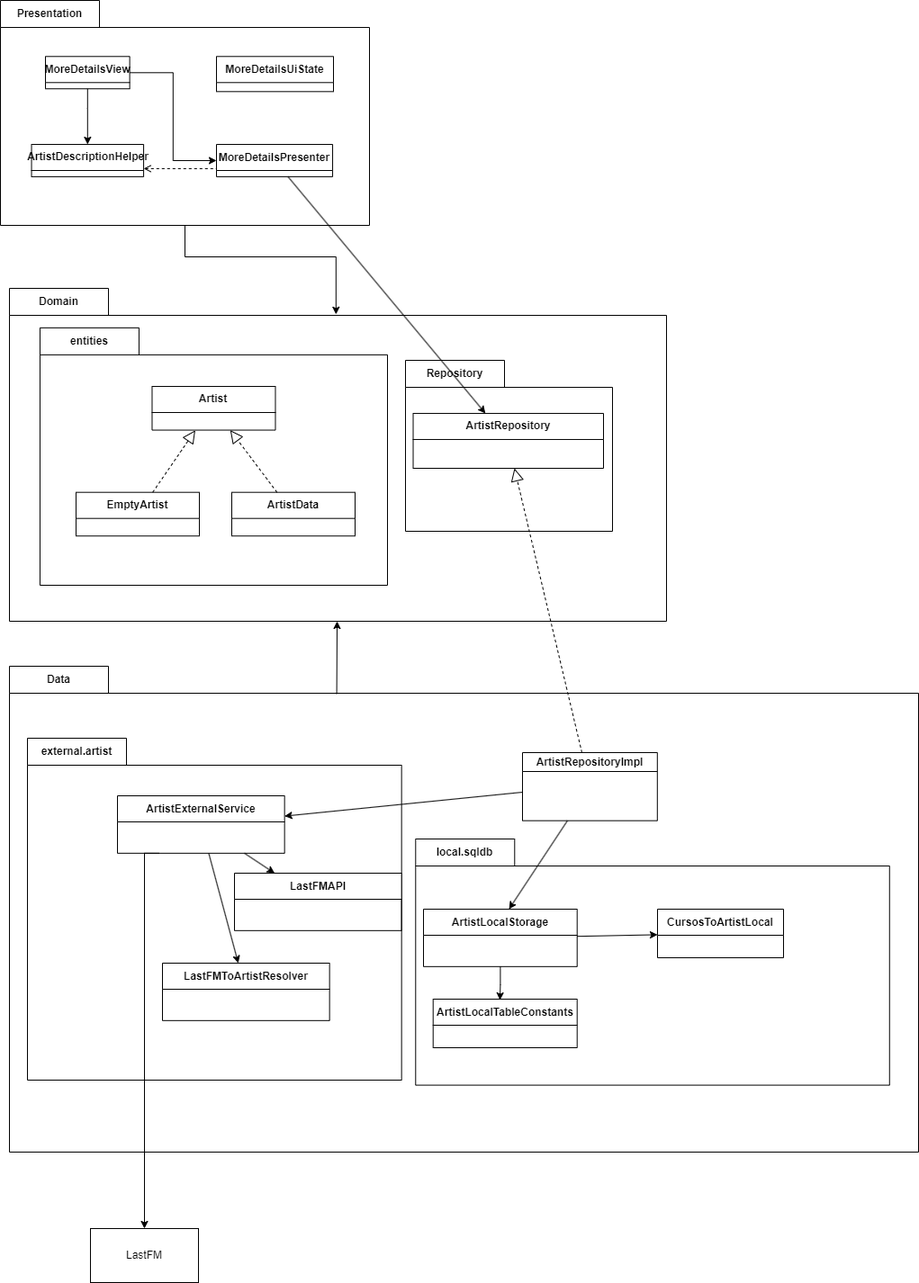
The draw.io diagram docs/MVP-DiagramClass.png in elagarrigue/AyDS23-Lisboa5, before a commit. Source tidied: cells renumbered, new cells last; positions are measured from the earlier drawing's top-left corner, leaving out a move shared by most shapes.
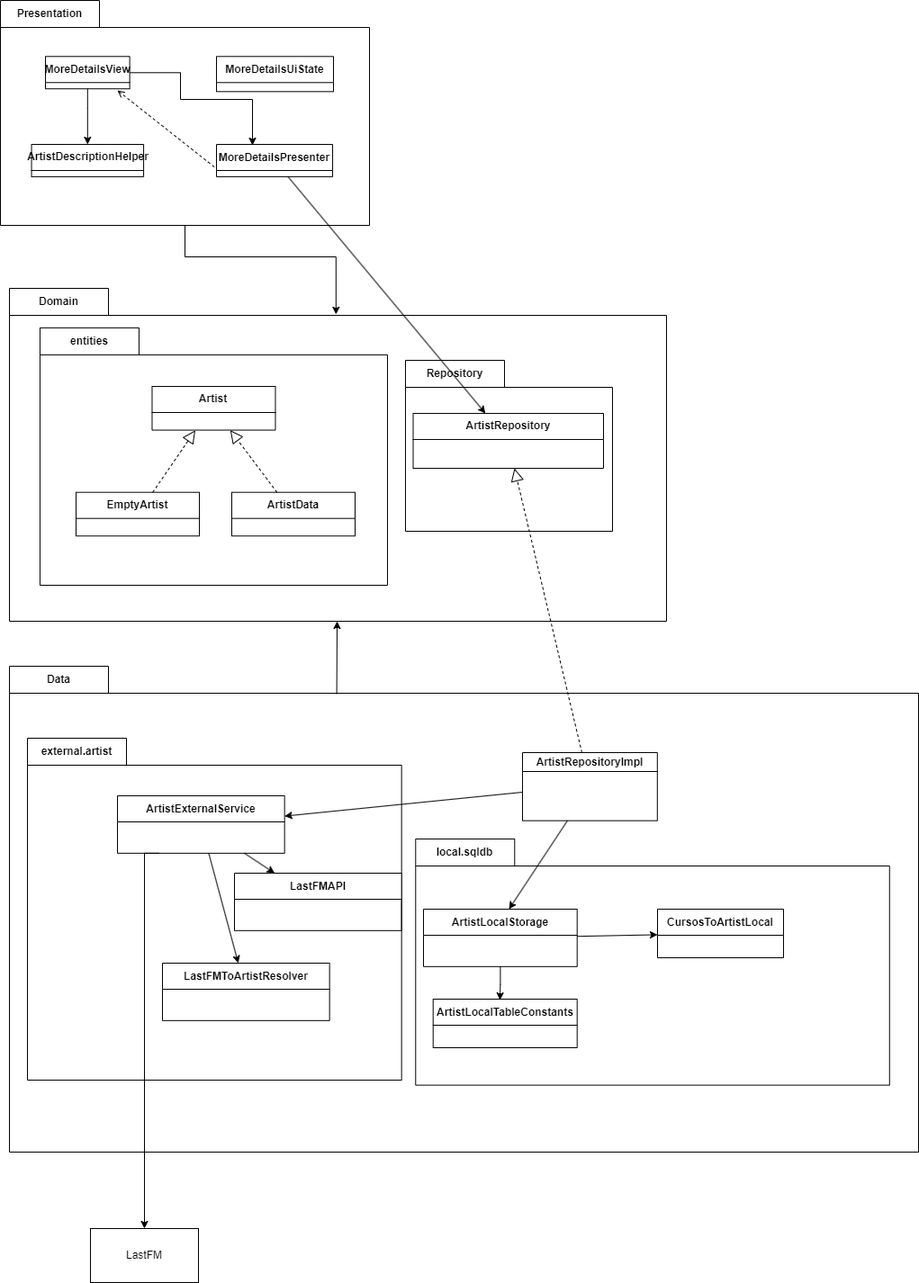
After the commit.

Commit message:
Diagram class updated

Change to the diagram source:
```diff
@@ -77,8 +77,14 @@
     <mxCell id="24" value="ArtistDescriptionHelper" style="swimlane;fontStyle=1;align=center;verticalAlign=middle;horizontal=1;startSize=29;html=1;whiteSpace=wrap;" parent="20" vertex="1">
       <mxGeometry x="34.5" y="160" width="124.5" height="35.9" as="geometry" />
     </mxCell>
-    <mxCell id="25" style="edgeStyle=orthogonalEdgeStyle;rounded=0;jettySize=auto;html=1;entryX=0;entryY=0.5;entryDx=0;entryDy=0;" parent="20" edge="1" source="27" target="23">
-      <mxGeometry relative="1" as="geometry" />
+    <mxCell id="25" style="edgeStyle=orthogonalEdgeStyle;rounded=0;jettySize=auto;html=1;entryX=0.31;entryY=0.028;entryDx=0;entryDy=0;entryPerimeter=0;" parent="20" edge="1" source="27" target="23">
+      <mxGeometry relative="1" as="geometry">
+        <Array as="points">
+          <mxPoint x="200" y="80" />
+          <mxPoint x="200" y="110" />
+          <mxPoint x="280" y="110" />
+        </Array>
+      </mxGeometry>
     </mxCell>
     <mxCell id="26" style="edgeStyle=orthogonalEdgeStyle;rounded=0;jettySize=auto;html=1;" parent="20" edge="1" source="27" target="24">
       <mxGeometry relative="1" as="geometry">
@@ -91,8 +97,10 @@
     <mxCell id="27" value="MoreDetailsView" style="swimlane;fontStyle=1;align=center;verticalAlign=middle;horizontal=1;startSize=29;html=1;whiteSpace=wrap;" parent="20" vertex="1">
       <mxGeometry x="50" y="62.3" width="93.6" height="35.9" as="geometry" />
     </mxCell>
-    <mxCell id="28" style="endArrow=none;dashed=1;html=1;rounded=0;startArrow=open;startFill=0;exitX=1;exitY=0.75;exitDx=0;exitDy=0;entryX=0;entryY=0.75;entryDx=0;entryDy=0;" parent="20" edge="1" source="24" target="23">
-      <mxGeometry relative="1" as="geometry" />
+    <mxCell id="28" style="endArrow=none;dashed=1;html=1;rounded=0;startArrow=open;startFill=0;entryX=0;entryY=0.75;entryDx=0;entryDy=0;" parent="20" edge="1" target="23">
+      <mxGeometry relative="1" as="geometry">
+        <mxPoint x="130" y="100" as="sourcePoint" />
+      </mxGeometry>
     </mxCell>
     <mxCell id="29" value="Domain" style="shape=folder;fontStyle=1;tabWidth=110;tabHeight=30;tabPosition=left;html=1;boundedLbl=1;labelInHeader=1;whiteSpace=wrap;" parent="1" vertex="1">
       <mxGeometry x="10" y="320" width="730" height="370" as="geometry" />
```
